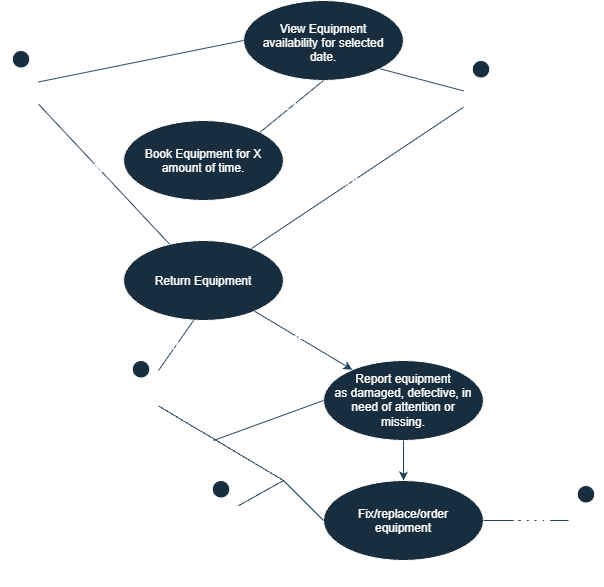
The draw.io diagram Equipment-Booking-System-V2.9.png in Brendan-OS/requirements-engineering-project, before a commit. Source tidied: cells renumbered, new cells last; positions are measured from the earlier drawing's top-left corner, leaving out a move shared by most shapes. Its diagram source:
```xml
<mxGraphModel>
  <root>
    <mxCell id="0" />
    <mxCell id="1" parent="0" />
    <mxCell id="2" value="View Equipment availability for selected date." style="ellipse;whiteSpace=wrap;html=1;shapeInside=1;labelBackgroundColor=none;fillColor=#182E3E;strokeColor=#FFFFFF;fontColor=#FFFFFF;" parent="1" vertex="1">
      <mxGeometry x="240" width="160" height="80" as="geometry" />
    </mxCell>
    <mxCell id="3" value="Book Equipment for X amount of time." style="ellipse;whiteSpace=wrap;html=1;shapeInside=1;labelBackgroundColor=none;fillColor=#182E3E;strokeColor=#FFFFFF;fontColor=#FFFFFF;" parent="1" vertex="1">
      <mxGeometry x="120" y="120" width="160" height="80" as="geometry" />
    </mxCell>
    <mxCell id="4" value="Return Equipment" style="ellipse;whiteSpace=wrap;html=1;shapeInside=1;labelBackgroundColor=none;fillColor=#182E3E;strokeColor=#FFFFFF;fontColor=#FFFFFF;" parent="1" vertex="1">
      <mxGeometry x="120" y="240" width="160" height="80" as="geometry" />
    </mxCell>
    <mxCell id="5" value="Report equipment as damaged, defective, in need of attention or missing." style="ellipse;whiteSpace=wrap;html=1;shapeInside=1;labelBackgroundColor=none;fillColor=#182E3E;strokeColor=#FFFFFF;fontColor=#FFFFFF;" parent="1" vertex="1">
      <mxGeometry x="320" y="360" width="160" height="80" as="geometry" />
    </mxCell>
    <mxCell id="6" value="Fix/replace/order equipment" style="ellipse;whiteSpace=wrap;html=1;shapeInside=1;labelBackgroundColor=none;fillColor=#182E3E;strokeColor=#FFFFFF;fontColor=#FFFFFF;" parent="1" vertex="1">
      <mxGeometry x="320" y="480" width="160" height="80" as="geometry" />
    </mxCell>
    <mxCell id="7" value="Equipment&lt;div&gt;Technician&lt;/div&gt;" style="shape=umlActor;verticalLabelPosition=bottom;verticalAlign=top;html=1;outlineConnect=0;labelBackgroundColor=none;fillColor=#182E3E;strokeColor=#FFFFFF;fontColor=#FFFFFF;" parent="1" vertex="1">
      <mxGeometry x="120" y="360" width="35" height="70" as="geometry" />
    </mxCell>
    <mxCell id="8" value="Student" style="shape=umlActor;verticalLabelPosition=bottom;verticalAlign=top;html=1;outlineConnect=0;labelBackgroundColor=none;fillColor=#182E3E;strokeColor=#FFFFFF;fontColor=#FFFFFF;" parent="1" vertex="1">
      <mxGeometry y="50" width="35" height="70" as="geometry" />
    </mxCell>
    <mxCell id="9" value="Admin" style="shape=umlActor;verticalLabelPosition=bottom;verticalAlign=top;html=1;outlineConnect=0;labelBackgroundColor=none;fillColor=#182E3E;strokeColor=#FFFFFF;fontColor=#FFFFFF;" parent="1" vertex="1">
      <mxGeometry x="565" y="485" width="35" height="70" as="geometry" />
    </mxCell>
    <mxCell id="10" value="IT&lt;br&gt;&lt;div&gt;Technician&lt;/div&gt;" style="shape=umlActor;verticalLabelPosition=bottom;verticalAlign=top;html=1;outlineConnect=0;labelBackgroundColor=none;fillColor=#182E3E;strokeColor=#FFFFFF;fontColor=#FFFFFF;" parent="1" vertex="1">
      <mxGeometry x="200" y="480" width="35" height="70" as="geometry" />
    </mxCell>
    <mxCell id="11" value="Lecturer" style="shape=umlActor;verticalLabelPosition=bottom;verticalAlign=top;html=1;outlineConnect=0;labelBackgroundColor=none;fillColor=#182E3E;strokeColor=#FFFFFF;fontColor=#FFFFFF;" parent="1" vertex="1">
      <mxGeometry x="460" y="60" width="35" height="70" as="geometry" />
    </mxCell>
    <mxCell id="12" style="endArrow=classic;html=1;rounded=0;exitX=0.5;exitY=1;exitDx=0;exitDy=0;entryX=0.5;entryY=0;entryDx=0;entryDy=0;labelBackgroundColor=none;strokeColor=#23445D;fontColor=default;" parent="1" edge="1" source="5" target="6">
      <mxGeometry relative="1" as="geometry" />
    </mxCell>
    <mxCell id="13" style="endArrow=none;html=1;rounded=0;exitX=1;exitY=0.5;exitDx=0;exitDy=0;labelBackgroundColor=none;strokeColor=#23445D;fontColor=default;" parent="1" edge="1" source="6" target="9">
      <mxGeometry relative="1" as="geometry" />
    </mxCell>
    <mxCell id="14" value="ORDER" style="edgeLabel;html=1;align=center;verticalAlign=middle;labelBackgroundColor=none;fontColor=#FFFFFF;" parent="13" vertex="1">
      <mxGeometry x="0.1" y="-3" relative="1" as="geometry" />
    </mxCell>
    <mxCell id="15" style="endArrow=none;html=1;rounded=0;entryX=0;entryY=0.5;entryDx=0;entryDy=0;labelBackgroundColor=none;strokeColor=#23445D;fontColor=default;" parent="1" edge="1" source="8" target="2">
      <mxGeometry relative="1" as="geometry" />
    </mxCell>
    <mxCell id="16" style="endArrow=none;html=1;rounded=0;entryX=0.5;entryY=1;entryDx=0;entryDy=0;exitX=1;exitY=0;exitDx=0;exitDy=0;labelBackgroundColor=none;strokeColor=#23445D;fontColor=default;" parent="1" edge="1" source="3" target="2">
      <mxGeometry relative="1" as="geometry" />
    </mxCell>
    <mxCell id="17" value="IF DATE IS FREE" style="edgeLabel;html=1;align=center;verticalAlign=middle;labelBackgroundColor=none;fontColor=#FFFFFF;" parent="16" vertex="1">
      <mxGeometry x="-0.01" relative="1" as="geometry" />
    </mxCell>
    <mxCell id="18" style="endArrow=none;html=1;rounded=0;labelBackgroundColor=none;strokeColor=#23445D;fontColor=default;" parent="1" edge="1" source="8" target="4">
      <mxGeometry relative="1" as="geometry" />
    </mxCell>
    <mxCell id="19" value="AFTER&amp;nbsp;&lt;div&gt;X&amp;nbsp;&lt;div&gt;AMOUNT&lt;/div&gt;&lt;div&gt;&amp;nbsp;OF&lt;/div&gt;&lt;div&gt;&amp;nbsp;TIME&lt;/div&gt;&lt;/div&gt;" style="edgeLabel;html=1;align=center;verticalAlign=middle;labelBackgroundColor=none;fontColor=#FFFFFF;" parent="18" vertex="1">
      <mxGeometry x="-0.1" y="-2" relative="1" as="geometry">
        <mxPoint y="-1" as="offset" />
      </mxGeometry>
    </mxCell>
    <mxCell id="20" style="endArrow=classic;html=1;rounded=0;labelBackgroundColor=none;strokeColor=#23445D;fontColor=default;" parent="1" edge="1" source="4" target="5">
      <mxGeometry relative="1" as="geometry" />
    </mxCell>
    <mxCell id="21" value="IF" style="edgeLabel;html=1;align=center;verticalAlign=middle;labelBackgroundColor=none;fontColor=#FFFFFF;" parent="20" vertex="1">
      <mxGeometry x="-0.09" y="-1" relative="1" as="geometry" />
    </mxCell>
    <mxCell id="22" style="endArrow=none;html=1;rounded=0;exitX=1;exitY=1;exitDx=0;exitDy=0;labelBackgroundColor=none;strokeColor=#23445D;fontColor=default;" parent="1" edge="1" source="2" target="11">
      <mxGeometry relative="1" as="geometry" />
    </mxCell>
    <mxCell id="23" style="endArrow=none;html=1;rounded=0;labelBackgroundColor=none;strokeColor=#23445D;fontColor=default;" parent="1" edge="1" source="4" target="11">
      <mxGeometry relative="1" as="geometry" />
    </mxCell>
    <mxCell id="24" value="AFTER&amp;nbsp;&lt;div&gt;X&amp;nbsp;&lt;div&gt;AMOUNT&lt;/div&gt;&lt;div&gt;&amp;nbsp;OF&lt;/div&gt;&lt;div&gt;&amp;nbsp;TIME&lt;/div&gt;&lt;/div&gt;" style="edgeLabel;html=1;align=center;verticalAlign=middle;labelBackgroundColor=none;fontColor=#FFFFFF;" parent="23" vertex="1">
      <mxGeometry x="-0.05" y="-2" relative="1" as="geometry">
        <mxPoint y="-1" as="offset" />
      </mxGeometry>
    </mxCell>
    <mxCell id="25" style="endArrow=none;html=1;rounded=0;labelBackgroundColor=none;strokeColor=#23445D;fontColor=default;" parent="1" edge="1" source="7">
      <mxGeometry relative="1" as="geometry">
        <mxPoint x="190" y="320" as="targetPoint" />
      </mxGeometry>
    </mxCell>
    <mxCell id="26" value="LOG RETURN" style="edgeLabel;html=1;align=center;verticalAlign=middle;labelBackgroundColor=none;fontColor=#FFFFFF;" parent="25" vertex="1">
      <mxGeometry x="-0.02" y="-1" relative="1" as="geometry" />
    </mxCell>
    <mxCell id="27" style="endArrow=none;html=1;rounded=0;labelBackgroundColor=none;strokeColor=#23445D;fontColor=default;" parent="1" edge="1" source="7" target="10">
      <mxGeometry x="0.03" relative="1" as="geometry">
        <Array as="points">
          <mxPoint x="280" y="480" />
        </Array>
      </mxGeometry>
    </mxCell>
    <mxCell id="28" style="endArrow=none;html=1;rounded=0;labelBackgroundColor=none;strokeColor=#23445D;fontColor=default;" parent="1" edge="1">
      <mxGeometry relative="1" as="geometry">
        <mxPoint x="320" y="400" as="sourcePoint" />
        <mxPoint x="210" y="440" as="targetPoint" />
      </mxGeometry>
    </mxCell>
    <mxCell id="29" style="endArrow=none;html=1;rounded=0;exitX=0;exitY=0.5;exitDx=0;exitDy=0;labelBackgroundColor=none;strokeColor=#23445D;fontColor=default;" parent="1" edge="1" source="6">
      <mxGeometry relative="1" as="geometry">
        <mxPoint x="280" y="480" as="targetPoint" />
      </mxGeometry>
    </mxCell>
  </root>
</mxGraphModel>
```
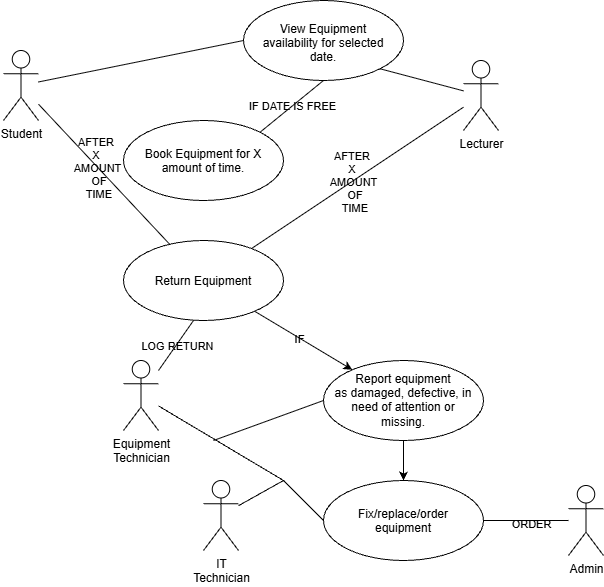
After the commit.

The edit, as a diff of the source:
```diff
@@ -2,101 +2,101 @@
   <root>
     <mxCell id="0" />
     <mxCell id="1" parent="0" />
-    <mxCell id="2" value="View Equipment availability for selected date." style="ellipse;whiteSpace=wrap;html=1;shapeInside=1;labelBackgroundColor=none;fillColor=#182E3E;strokeColor=#FFFFFF;fontColor=#FFFFFF;" parent="1" vertex="1">
+    <mxCell id="2" value="View Equipment availability for selected date." style="ellipse;whiteSpace=wrap;html=1;shapeInside=1;labelBackgroundColor=none;" parent="1" vertex="1">
       <mxGeometry x="240" width="160" height="80" as="geometry" />
     </mxCell>
-    <mxCell id="3" value="Book Equipment for X amount of time." style="ellipse;whiteSpace=wrap;html=1;shapeInside=1;labelBackgroundColor=none;fillColor=#182E3E;strokeColor=#FFFFFF;fontColor=#FFFFFF;" parent="1" vertex="1">
+    <mxCell id="3" value="Book Equipment for X amount of time." style="ellipse;whiteSpace=wrap;html=1;shapeInside=1;labelBackgroundColor=none;" parent="1" vertex="1">
       <mxGeometry x="120" y="120" width="160" height="80" as="geometry" />
     </mxCell>
-    <mxCell id="4" value="Return Equipment" style="ellipse;whiteSpace=wrap;html=1;shapeInside=1;labelBackgroundColor=none;fillColor=#182E3E;strokeColor=#FFFFFF;fontColor=#FFFFFF;" parent="1" vertex="1">
+    <mxCell id="4" value="Return Equipment" style="ellipse;whiteSpace=wrap;html=1;shapeInside=1;labelBackgroundColor=none;" parent="1" vertex="1">
       <mxGeometry x="120" y="240" width="160" height="80" as="geometry" />
     </mxCell>
-    <mxCell id="5" value="Report equipment as damaged, defective, in need of attention or missing." style="ellipse;whiteSpace=wrap;html=1;shapeInside=1;labelBackgroundColor=none;fillColor=#182E3E;strokeColor=#FFFFFF;fontColor=#FFFFFF;" parent="1" vertex="1">
+    <mxCell id="5" value="Report equipment as damaged, defective, in need of attention or missing." style="ellipse;whiteSpace=wrap;html=1;shapeInside=1;labelBackgroundColor=none;" parent="1" vertex="1">
       <mxGeometry x="320" y="360" width="160" height="80" as="geometry" />
     </mxCell>
-    <mxCell id="6" value="Fix/replace/order equipment" style="ellipse;whiteSpace=wrap;html=1;shapeInside=1;labelBackgroundColor=none;fillColor=#182E3E;strokeColor=#FFFFFF;fontColor=#FFFFFF;" parent="1" vertex="1">
+    <mxCell id="6" value="Fix/replace/order equipment" style="ellipse;whiteSpace=wrap;html=1;shapeInside=1;labelBackgroundColor=none;" parent="1" vertex="1">
       <mxGeometry x="320" y="480" width="160" height="80" as="geometry" />
     </mxCell>
-    <mxCell id="7" value="Equipment&lt;div&gt;Technician&lt;/div&gt;" style="shape=umlActor;verticalLabelPosition=bottom;verticalAlign=top;html=1;outlineConnect=0;labelBackgroundColor=none;fillColor=#182E3E;strokeColor=#FFFFFF;fontColor=#FFFFFF;" parent="1" vertex="1">
+    <mxCell id="7" value="Equipment&lt;div&gt;Technician&lt;/div&gt;" style="shape=umlActor;verticalLabelPosition=bottom;verticalAlign=top;html=1;outlineConnect=0;labelBackgroundColor=none;" parent="1" vertex="1">
       <mxGeometry x="120" y="360" width="35" height="70" as="geometry" />
     </mxCell>
-    <mxCell id="8" value="Student" style="shape=umlActor;verticalLabelPosition=bottom;verticalAlign=top;html=1;outlineConnect=0;labelBackgroundColor=none;fillColor=#182E3E;strokeColor=#FFFFFF;fontColor=#FFFFFF;" parent="1" vertex="1">
+    <mxCell id="8" value="Student" style="shape=umlActor;verticalLabelPosition=bottom;verticalAlign=top;html=1;outlineConnect=0;labelBackgroundColor=none;" parent="1" vertex="1">
       <mxGeometry y="50" width="35" height="70" as="geometry" />
     </mxCell>
-    <mxCell id="9" value="Admin" style="shape=umlActor;verticalLabelPosition=bottom;verticalAlign=top;html=1;outlineConnect=0;labelBackgroundColor=none;fillColor=#182E3E;strokeColor=#FFFFFF;fontColor=#FFFFFF;" parent="1" vertex="1">
+    <mxCell id="9" value="Admin" style="shape=umlActor;verticalLabelPosition=bottom;verticalAlign=top;html=1;outlineConnect=0;labelBackgroundColor=none;" parent="1" vertex="1">
       <mxGeometry x="565" y="485" width="35" height="70" as="geometry" />
     </mxCell>
-    <mxCell id="10" value="IT&lt;br&gt;&lt;div&gt;Technician&lt;/div&gt;" style="shape=umlActor;verticalLabelPosition=bottom;verticalAlign=top;html=1;outlineConnect=0;labelBackgroundColor=none;fillColor=#182E3E;strokeColor=#FFFFFF;fontColor=#FFFFFF;" parent="1" vertex="1">
+    <mxCell id="10" value="IT&lt;br&gt;&lt;div&gt;Technician&lt;/div&gt;" style="shape=umlActor;verticalLabelPosition=bottom;verticalAlign=top;html=1;outlineConnect=0;labelBackgroundColor=none;" parent="1" vertex="1">
       <mxGeometry x="200" y="480" width="35" height="70" as="geometry" />
     </mxCell>
-    <mxCell id="11" value="Lecturer" style="shape=umlActor;verticalLabelPosition=bottom;verticalAlign=top;html=1;outlineConnect=0;labelBackgroundColor=none;fillColor=#182E3E;strokeColor=#FFFFFF;fontColor=#FFFFFF;" parent="1" vertex="1">
+    <mxCell id="11" value="Lecturer" style="shape=umlActor;verticalLabelPosition=bottom;verticalAlign=top;html=1;outlineConnect=0;labelBackgroundColor=none;" parent="1" vertex="1">
       <mxGeometry x="460" y="60" width="35" height="70" as="geometry" />
     </mxCell>
-    <mxCell id="12" style="endArrow=classic;html=1;rounded=0;exitX=0.5;exitY=1;exitDx=0;exitDy=0;entryX=0.5;entryY=0;entryDx=0;entryDy=0;labelBackgroundColor=none;strokeColor=#23445D;fontColor=default;" parent="1" edge="1" source="5" target="6">
+    <mxCell id="12" style="endArrow=classic;html=1;rounded=0;exitX=0.5;exitY=1;exitDx=0;exitDy=0;entryX=0.5;entryY=0;entryDx=0;entryDy=0;labelBackgroundColor=none;fontColor=default;" parent="1" edge="1" source="5" target="6">
       <mxGeometry relative="1" as="geometry" />
     </mxCell>
-    <mxCell id="13" style="endArrow=none;html=1;rounded=0;exitX=1;exitY=0.5;exitDx=0;exitDy=0;labelBackgroundColor=none;strokeColor=#23445D;fontColor=default;" parent="1" edge="1" source="6" target="9">
+    <mxCell id="13" style="endArrow=none;html=1;rounded=0;exitX=1;exitY=0.5;exitDx=0;exitDy=0;labelBackgroundColor=none;fontColor=default;" parent="1" edge="1" source="6" target="9">
       <mxGeometry relative="1" as="geometry" />
     </mxCell>
-    <mxCell id="14" value="ORDER" style="edgeLabel;html=1;align=center;verticalAlign=middle;labelBackgroundColor=none;fontColor=#FFFFFF;" parent="13" vertex="1">
+    <mxCell id="14" value="ORDER" style="edgeLabel;html=1;align=center;verticalAlign=middle;labelBackgroundColor=none;" parent="13" vertex="1">
       <mxGeometry x="0.1" y="-3" relative="1" as="geometry" />
     </mxCell>
-    <mxCell id="15" style="endArrow=none;html=1;rounded=0;entryX=0;entryY=0.5;entryDx=0;entryDy=0;labelBackgroundColor=none;strokeColor=#23445D;fontColor=default;" parent="1" edge="1" source="8" target="2">
+    <mxCell id="15" style="endArrow=none;html=1;rounded=0;entryX=0;entryY=0.5;entryDx=0;entryDy=0;labelBackgroundColor=none;fontColor=default;" parent="1" edge="1" source="8" target="2">
       <mxGeometry relative="1" as="geometry" />
     </mxCell>
-    <mxCell id="16" style="endArrow=none;html=1;rounded=0;entryX=0.5;entryY=1;entryDx=0;entryDy=0;exitX=1;exitY=0;exitDx=0;exitDy=0;labelBackgroundColor=none;strokeColor=#23445D;fontColor=default;" parent="1" edge="1" source="3" target="2">
+    <mxCell id="16" style="endArrow=none;html=1;rounded=0;entryX=0.5;entryY=1;entryDx=0;entryDy=0;exitX=1;exitY=0;exitDx=0;exitDy=0;labelBackgroundColor=none;fontColor=default;" parent="1" edge="1" source="3" target="2">
       <mxGeometry relative="1" as="geometry" />
     </mxCell>
-    <mxCell id="17" value="IF DATE IS FREE" style="edgeLabel;html=1;align=center;verticalAlign=middle;labelBackgroundColor=none;fontColor=#FFFFFF;" parent="16" vertex="1">
+    <mxCell id="17" value="IF DATE IS FREE" style="edgeLabel;html=1;align=center;verticalAlign=middle;labelBackgroundColor=none;" parent="16" vertex="1">
       <mxGeometry x="-0.01" relative="1" as="geometry" />
     </mxCell>
-    <mxCell id="18" style="endArrow=none;html=1;rounded=0;labelBackgroundColor=none;strokeColor=#23445D;fontColor=default;" parent="1" edge="1" source="8" target="4">
+    <mxCell id="18" style="endArrow=none;html=1;rounded=0;labelBackgroundColor=none;fontColor=default;" parent="1" edge="1" source="8" target="4">
       <mxGeometry relative="1" as="geometry" />
     </mxCell>
-    <mxCell id="19" value="AFTER&amp;nbsp;&lt;div&gt;X&amp;nbsp;&lt;div&gt;AMOUNT&lt;/div&gt;&lt;div&gt;&amp;nbsp;OF&lt;/div&gt;&lt;div&gt;&amp;nbsp;TIME&lt;/div&gt;&lt;/div&gt;" style="edgeLabel;html=1;align=center;verticalAlign=middle;labelBackgroundColor=none;fontColor=#FFFFFF;" parent="18" vertex="1">
+    <mxCell id="19" value="AFTER&amp;nbsp;&lt;div&gt;X&amp;nbsp;&lt;div&gt;AMOUNT&lt;/div&gt;&lt;div&gt;&amp;nbsp;OF&lt;/div&gt;&lt;div&gt;&amp;nbsp;TIME&lt;/div&gt;&lt;/div&gt;" style="edgeLabel;html=1;align=center;verticalAlign=middle;labelBackgroundColor=none;" parent="18" vertex="1">
       <mxGeometry x="-0.1" y="-2" relative="1" as="geometry">
         <mxPoint y="-1" as="offset" />
       </mxGeometry>
     </mxCell>
-    <mxCell id="20" style="endArrow=classic;html=1;rounded=0;labelBackgroundColor=none;strokeColor=#23445D;fontColor=default;" parent="1" edge="1" source="4" target="5">
+    <mxCell id="20" style="endArrow=classic;html=1;rounded=0;labelBackgroundColor=none;fontColor=default;" parent="1" edge="1" source="4" target="5">
       <mxGeometry relative="1" as="geometry" />
     </mxCell>
-    <mxCell id="21" value="IF" style="edgeLabel;html=1;align=center;verticalAlign=middle;labelBackgroundColor=none;fontColor=#FFFFFF;" parent="20" vertex="1">
+    <mxCell id="21" value="IF" style="edgeLabel;html=1;align=center;verticalAlign=middle;labelBackgroundColor=none;" parent="20" vertex="1">
       <mxGeometry x="-0.09" y="-1" relative="1" as="geometry" />
     </mxCell>
-    <mxCell id="22" style="endArrow=none;html=1;rounded=0;exitX=1;exitY=1;exitDx=0;exitDy=0;labelBackgroundColor=none;strokeColor=#23445D;fontColor=default;" parent="1" edge="1" source="2" target="11">
+    <mxCell id="22" style="endArrow=none;html=1;rounded=0;exitX=1;exitY=1;exitDx=0;exitDy=0;labelBackgroundColor=none;fontColor=default;" parent="1" edge="1" source="2" target="11">
       <mxGeometry relative="1" as="geometry" />
     </mxCell>
-    <mxCell id="23" style="endArrow=none;html=1;rounded=0;labelBackgroundColor=none;strokeColor=#23445D;fontColor=default;" parent="1" edge="1" source="4" target="11">
+    <mxCell id="23" style="endArrow=none;html=1;rounded=0;labelBackgroundColor=none;fontColor=default;" parent="1" edge="1" source="4" target="11">
       <mxGeometry relative="1" as="geometry" />
     </mxCell>
-    <mxCell id="24" value="AFTER&amp;nbsp;&lt;div&gt;X&amp;nbsp;&lt;div&gt;AMOUNT&lt;/div&gt;&lt;div&gt;&amp;nbsp;OF&lt;/div&gt;&lt;div&gt;&amp;nbsp;TIME&lt;/div&gt;&lt;/div&gt;" style="edgeLabel;html=1;align=center;verticalAlign=middle;labelBackgroundColor=none;fontColor=#FFFFFF;" parent="23" vertex="1">
+    <mxCell id="24" value="AFTER&amp;nbsp;&lt;div&gt;X&amp;nbsp;&lt;div&gt;AMOUNT&lt;/div&gt;&lt;div&gt;&amp;nbsp;OF&lt;/div&gt;&lt;div&gt;&amp;nbsp;TIME&lt;/div&gt;&lt;/div&gt;" style="edgeLabel;html=1;align=center;verticalAlign=middle;labelBackgroundColor=none;" parent="23" vertex="1">
       <mxGeometry x="-0.05" y="-2" relative="1" as="geometry">
         <mxPoint y="-1" as="offset" />
       </mxGeometry>
     </mxCell>
-    <mxCell id="25" style="endArrow=none;html=1;rounded=0;labelBackgroundColor=none;strokeColor=#23445D;fontColor=default;" parent="1" edge="1" source="7">
+    <mxCell id="25" style="endArrow=none;html=1;rounded=0;labelBackgroundColor=none;fontColor=default;" parent="1" edge="1" source="7">
       <mxGeometry relative="1" as="geometry">
         <mxPoint x="190" y="320" as="targetPoint" />
       </mxGeometry>
     </mxCell>
-    <mxCell id="26" value="LOG RETURN" style="edgeLabel;html=1;align=center;verticalAlign=middle;labelBackgroundColor=none;fontColor=#FFFFFF;" parent="25" vertex="1">
+    <mxCell id="26" value="LOG RETURN" style="edgeLabel;html=1;align=center;verticalAlign=middle;labelBackgroundColor=none;" parent="25" vertex="1">
       <mxGeometry x="-0.02" y="-1" relative="1" as="geometry" />
     </mxCell>
-    <mxCell id="27" style="endArrow=none;html=1;rounded=0;labelBackgroundColor=none;strokeColor=#23445D;fontColor=default;" parent="1" edge="1" source="7" target="10">
+    <mxCell id="27" style="endArrow=none;html=1;rounded=0;labelBackgroundColor=none;fontColor=default;" parent="1" edge="1" source="7" target="10">
       <mxGeometry x="0.03" relative="1" as="geometry">
         <Array as="points">
           <mxPoint x="280" y="480" />
         </Array>
       </mxGeometry>
     </mxCell>
-    <mxCell id="28" style="endArrow=none;html=1;rounded=0;labelBackgroundColor=none;strokeColor=#23445D;fontColor=default;" parent="1" edge="1">
+    <mxCell id="28" style="endArrow=none;html=1;rounded=0;labelBackgroundColor=none;fontColor=default;" parent="1" edge="1">
       <mxGeometry relative="1" as="geometry">
         <mxPoint x="320" y="400" as="sourcePoint" />
         <mxPoint x="210" y="440" as="targetPoint" />
       </mxGeometry>
     </mxCell>
-    <mxCell id="29" style="endArrow=none;html=1;rounded=0;exitX=0;exitY=0.5;exitDx=0;exitDy=0;labelBackgroundColor=none;strokeColor=#23445D;fontColor=default;" parent="1" edge="1" source="6">
+    <mxCell id="29" style="endArrow=none;html=1;rounded=0;exitX=0;exitY=0.5;exitDx=0;exitDy=0;labelBackgroundColor=none;fontColor=default;" parent="1" edge="1" source="6">
       <mxGeometry relative="1" as="geometry">
         <mxPoint x="280" y="480" as="targetPoint" />
       </mxGeometry>
```
